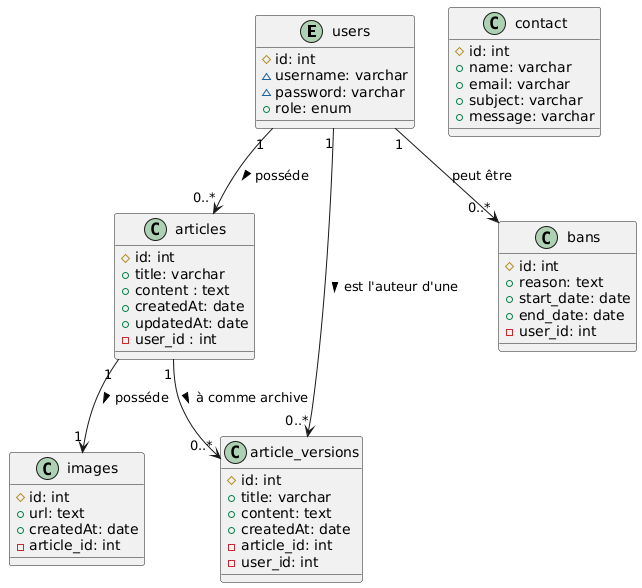
Before: documentation/Diagramme/SIOP1_DiagrammeClasse.png, a diagram exported from PlantUML (TolMen/SIOP1_Wiki).
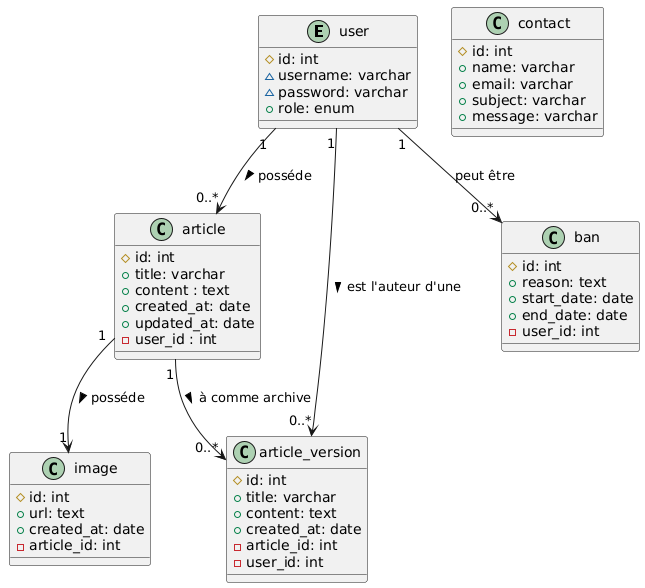
Above is the later version.

Diff of the diagram source:
```diff
@@ -1,37 +1,37 @@
 @startuml
-entity users {
+entity user {
 #id: int
 ~username: varchar
 ~password: varchar
 +role: enum
 }
 
-class articles {
+class article {
 #id: int
 +title: varchar
 +content : text
-+createdAt: date
-+updatedAt: date
++created_at: date
++updated_at: date
 -user_id : int
 }
 
-class article_versions {
+class article_version {
 #id: int
 +title: varchar
 +content: text
-+createdAt: date
++created_at: date
 -article_id: int
 -user_id: int
 }
 
-class images {
+class image {
 #id: int
 +url: text
-+createdAt: date
++created_at: date
 -article_id: int
 }
 
-class bans {
+class ban {
 #id: int
 +reason: text
 +start_date: date
@@ -48,9 +48,9 @@
 +message: varchar
 }
 
-users "1" --> "0..*" articles : posséde >
-users "1" --> "0..*" article_versions : est l'auteur d'une >
-articles "1" --> "0..*" article_versions : à comme archive >
-users "1" --> "0..*" bans : peut être
-articles "1" --> "1" images : posséde >
+user "1" --> "0..*" article : posséde >
+user "1" --> "0..*" article_version : est l'auteur d'une >
+article "1" --> "0..*" article_version : à comme archive >
+user "1" --> "0..*" ban : peut être
+article "1" --> "1" image : posséde >
 @enduml
```
